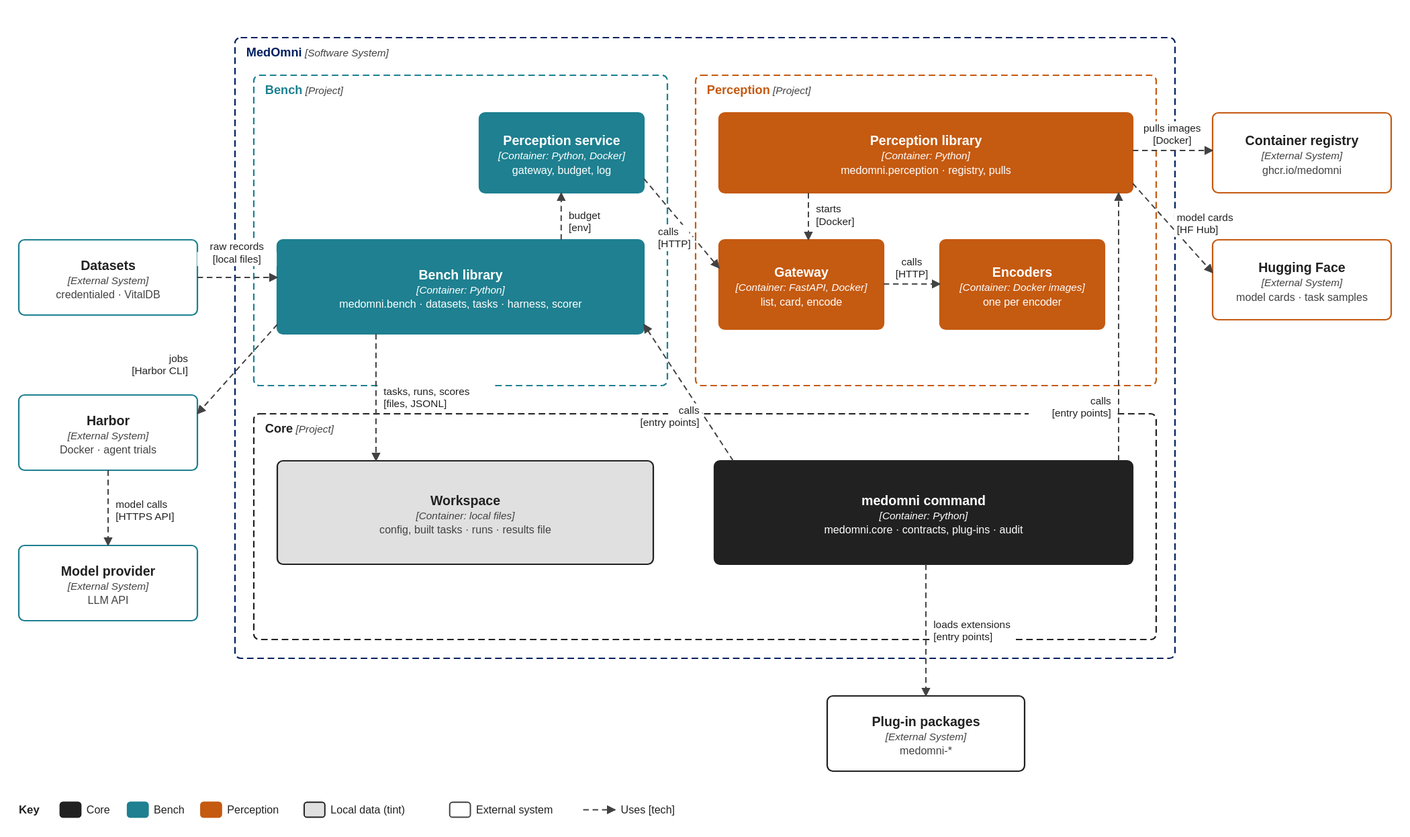
Above: docs/assets/c2-containers.drawio.svg in medomni/MedOmni (draw.io), before the change. Source tidied: cells renumbered, new cells last; positions are measured from the earlier drawing's top-left corner, leaving out a move shared by most shapes.
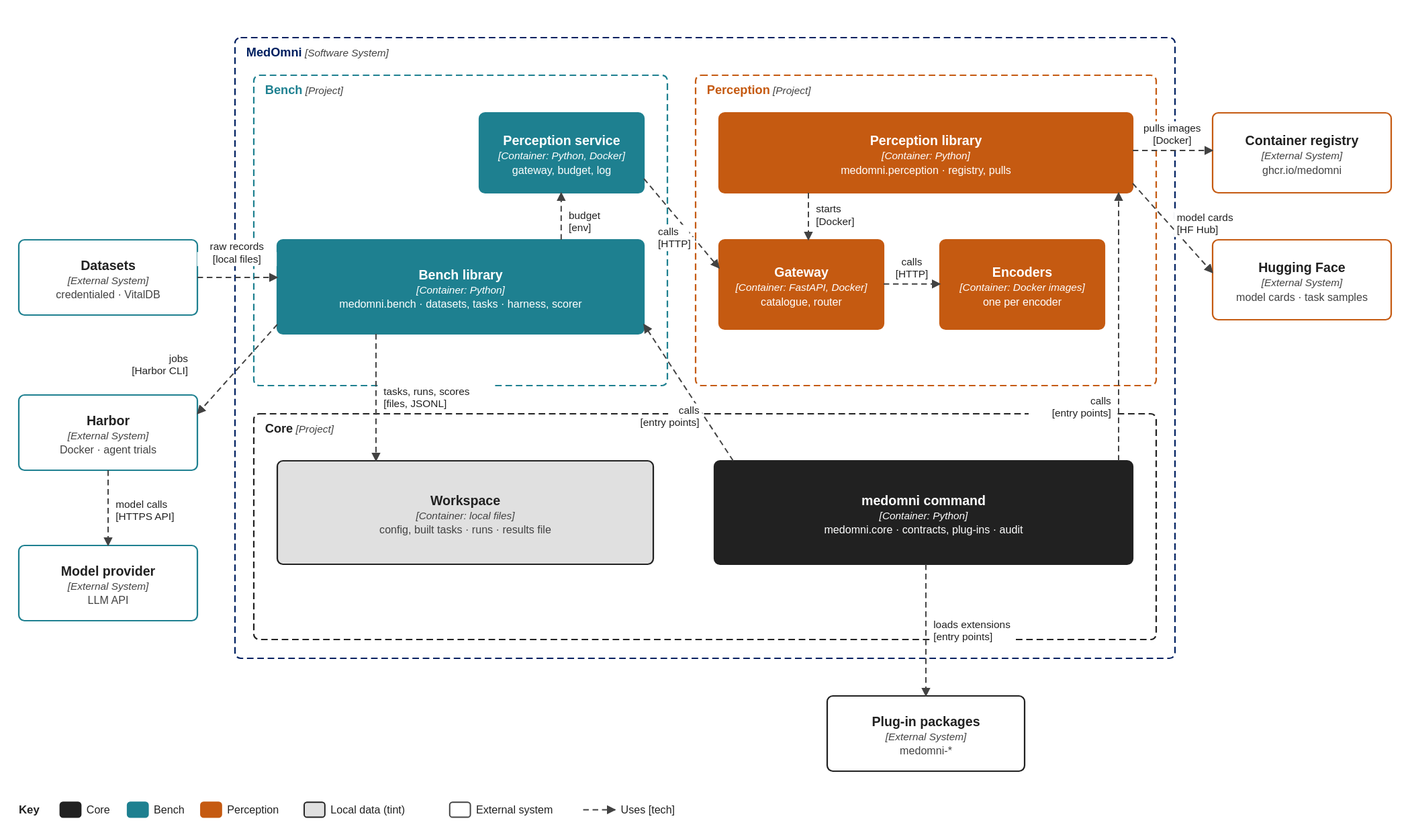
The same file after the commit.

Commit message:
docs(v0.3): name the gateway's router

Change to the diagram source:
```diff
@@ -29,7 +29,7 @@
     <mxCell id="10" value="&lt;b&gt;Perception library&lt;/b&gt;&lt;br&gt;&lt;i&gt;&lt;font style=&quot;font-size:11px&quot; color=&quot;#FFFFFF&quot;&gt;[Container: Python]&lt;/font&gt;&lt;/i&gt;&lt;br&gt;&lt;font style=&quot;font-size:11px&quot; color=&quot;#FFFFFF&quot;&gt;medomni.perception · registry, pulls&lt;/font&gt;" style="rounded=1;arcSize=6;whiteSpace=wrap;html=1;fillColor=#C55A11;strokeColor=#C55A11;strokeWidth=1.6;fontColor=#FFFFFF;fontSize=14;fontFamily=Helvetica;" parent="1" vertex="1">
       <mxGeometry x="749" y="80" width="440" height="85" as="geometry" />
     </mxCell>
-    <mxCell id="11" value="&lt;b&gt;Gateway&lt;/b&gt;&lt;br&gt;&lt;i&gt;&lt;font style=&quot;font-size:11px&quot; color=&quot;#FFFFFF&quot;&gt;[Container: FastAPI, Docker]&lt;/font&gt;&lt;/i&gt;&lt;br&gt;&lt;font style=&quot;font-size:11px&quot; color=&quot;#FFFFFF&quot;&gt;list, card, encode&lt;/font&gt;" style="rounded=1;arcSize=6;whiteSpace=wrap;html=1;fillColor=#C55A11;strokeColor=#C55A11;strokeWidth=1.6;fontColor=#FFFFFF;fontSize=14;fontFamily=Helvetica;" parent="1" vertex="1">
+    <mxCell id="11" value="&lt;b&gt;Gateway&lt;/b&gt;&lt;br&gt;&lt;i&gt;&lt;font style=&quot;font-size:11px&quot; color=&quot;#FFFFFF&quot;&gt;[Container: FastAPI, Docker]&lt;/font&gt;&lt;/i&gt;&lt;br&gt;&lt;font style=&quot;font-size:11px&quot; color=&quot;#FFFFFF&quot;&gt;catalogue, router&lt;/font&gt;" style="rounded=1;arcSize=6;whiteSpace=wrap;html=1;fillColor=#C55A11;strokeColor=#C55A11;strokeWidth=1.6;fontColor=#FFFFFF;fontSize=14;fontFamily=Helvetica;" parent="1" vertex="1">
       <mxGeometry x="749" y="215" width="175" height="95" as="geometry" />
     </mxCell>
     <mxCell id="12" value="&lt;b&gt;Encoders&lt;/b&gt;&lt;br&gt;&lt;i&gt;&lt;font style=&quot;font-size:11px&quot; color=&quot;#FFFFFF&quot;&gt;[Container: Docker images]&lt;/font&gt;&lt;/i&gt;&lt;br&gt;&lt;font style=&quot;font-size:11px&quot; color=&quot;#FFFFFF&quot;&gt;one per encoder&lt;/font&gt;" style="rounded=1;arcSize=6;whiteSpace=wrap;html=1;fillColor=#C55A11;strokeColor=#C55A11;strokeWidth=1.6;fontColor=#FFFFFF;fontSize=14;fontFamily=Helvetica;" parent="1" vertex="1">
```
